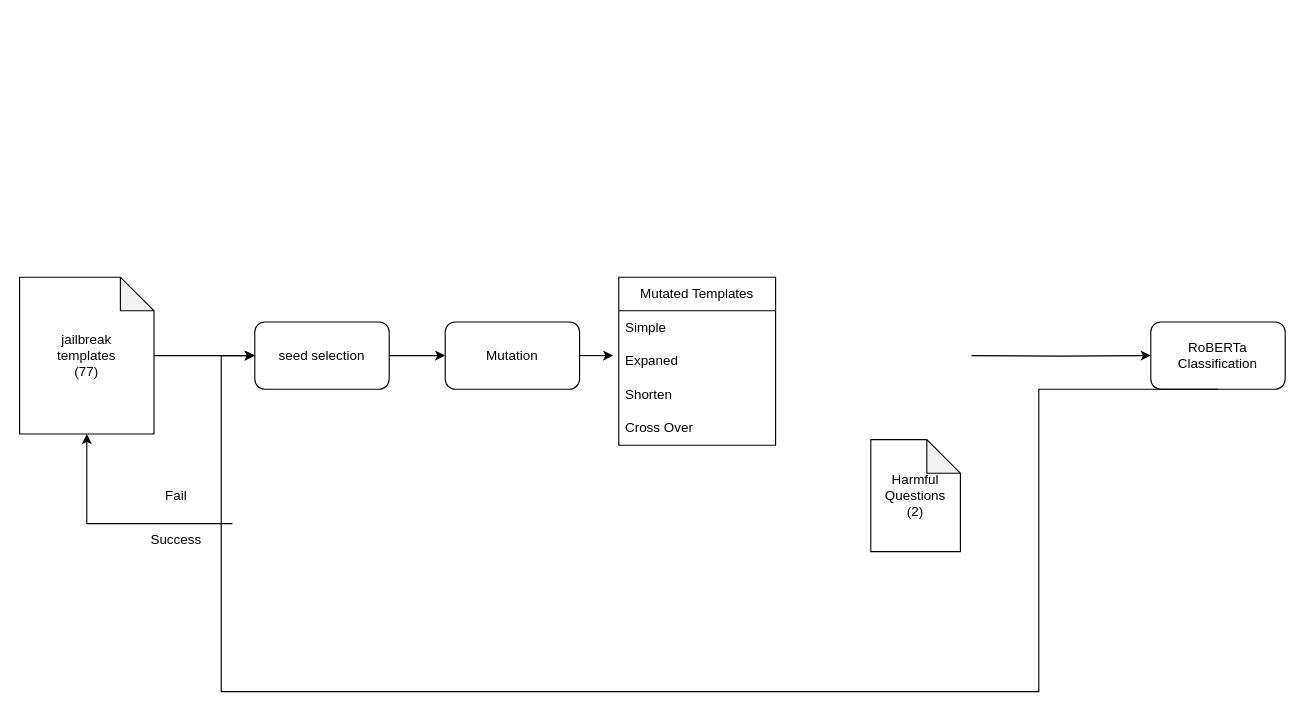
Above: gptfuzzer.drawio in yw9865/drawio (draw.io), before the change. Source tidied: cells renumbered, new cells numbered last; positions are measured from the earlier drawing's top-left corner, leaving out a move shared by most shapes. Both pictures are drawn from the tidied source at 112%, with x=0, y=0 at pixel (19, 277).
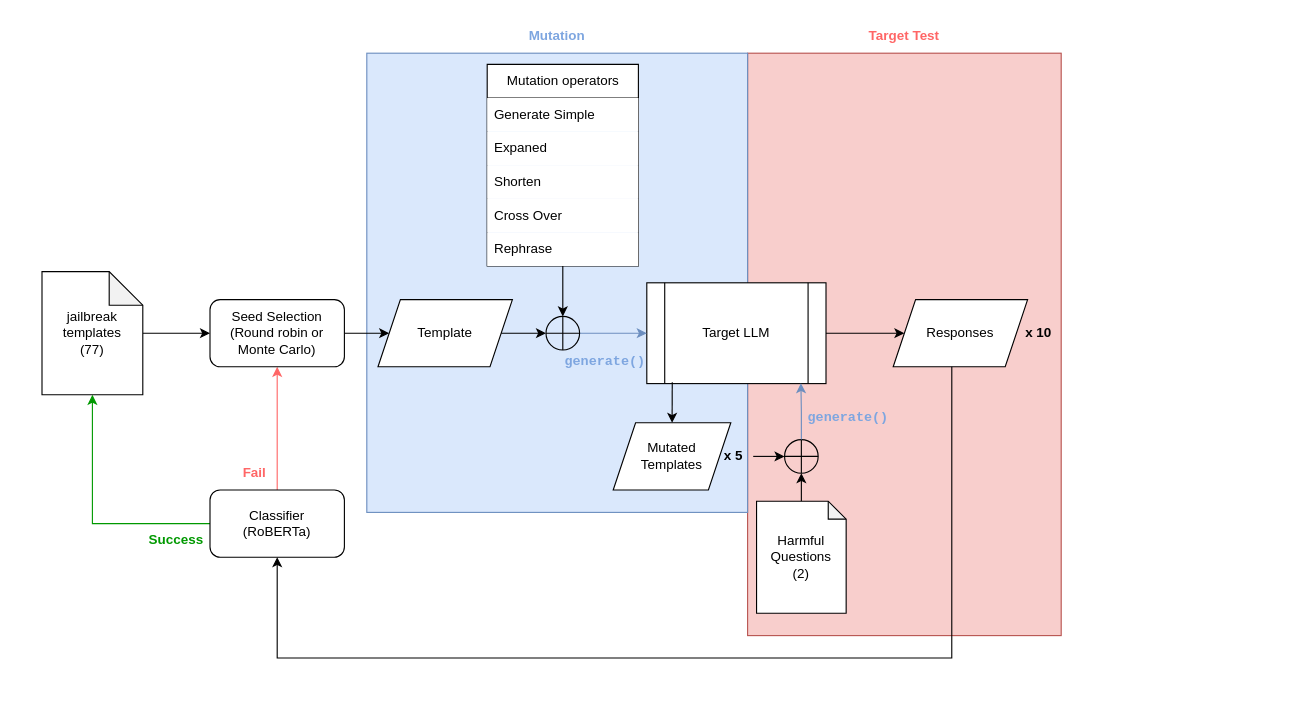
The same page after the edit.

Diff of the diagram source:
```diff
@@
-    <mxCell id="2" style="edgeStyle=orthogonalEdgeStyle;rounded=0;jettySize=auto;html=1;" parent="1" edge="1" source="3" target="5">
-      <mxGeometry relative="1" as="geometry" />
-    </mxCell>
-    <mxCell id="3" value="seed selection" style="rounded=1;whiteSpace=wrap;html=1;" parent="1" vertex="1">
-      <mxGeometry x="210" y="40" width="120" height="60" as="geometry" />
-    </mxCell>
-    <mxCell id="4" style="edgeStyle=orthogonalEdgeStyle;rounded=0;jettySize=auto;html=1;" parent="1" edge="1" source="5">
-      <mxGeometry relative="1" as="geometry">
-        <mxPoint x="530" y="70" as="targetPoint" />
-      </mxGeometry>
-    </mxCell>
-    <mxCell id="5" value="Mutation" style="whiteSpace=wrap;html=1;rounded=1;" parent="1" vertex="1">
-      <mxGeometry x="380" y="40" width="120" height="60" as="geometry" />
-    </mxCell>
-    <mxCell id="6" style="edgeStyle=orthogonalEdgeStyle;rounded=0;jettySize=auto;html=1;entryX=0;entryY=0.5;entryDx=0;entryDy=0;" parent="1" edge="1" source="7" target="3">
-      <mxGeometry relative="1" as="geometry" />
-    </mxCell>
+    <mxCell id="20" style="rounded=0;whiteSpace=wrap;html=1;align=center;verticalAlign=top;fontFamily=Helvetica;fontSize=12;fillColor=#f8cecc;strokeColor=#b85450;" parent="1" vertex="1">
+      <mxGeometry x="650" y="-200" width="280" height="520" as="geometry" />
+    </mxCell>
+    <mxCell id="21" style="rounded=0;whiteSpace=wrap;html=1;align=center;verticalAlign=top;fontFamily=Helvetica;fontSize=12;fillColor=#dae8fc;strokeColor=#6c8ebf;gradientColor=none;" parent="1" vertex="1">
+      <mxGeometry x="310" y="-200" width="340" height="410" as="geometry" />
+    </mxCell>
+    <mxCell id="22" style="edgeStyle=orthogonalEdgeStyle;rounded=0;jettySize=auto;html=1;fontFamily=Helvetica;fontSize=12;fontColor=default;" parent="1" edge="1" source="7" target="40">
+      <mxGeometry relative="1" as="geometry" />
+    </mxCell>
     <mxCell id="7" value="jailbreak&lt;div&gt;templates&lt;/div&gt;&lt;div&gt;(77)&lt;/div&gt;" style="shape=note;whiteSpace=wrap;html=1;backgroundOutline=1;darkOpacity=0.05;" parent="1" vertex="1">
-      <mxGeometry width="120" height="140" as="geometry" />
+      <mxGeometry x="20" y="-5" width="90" height="110" as="geometry" />
     </mxCell>
-    <mxCell id="8" value="RoBERTa&lt;div&gt;Classification&lt;/div&gt;" style="whiteSpace=wrap;html=1;rounded=1;" parent="1" vertex="1">
-      <mxGeometry x="1010" y="40" width="120" height="60" as="geometry" />
-    </mxCell>
-    <mxCell id="9" style="edgeStyle=orthogonalEdgeStyle;rounded=0;jettySize=auto;html=1;entryX=0;entryY=0.5;entryDx=0;entryDy=0;exitX=0.5;exitY=1;exitDx=0;exitDy=0;" parent="1" edge="1" source="8" target="3">
-      <mxGeometry relative="1" as="geometry">
-        <Array as="points">
-          <mxPoint x="910" y="370" />
-          <mxPoint x="180" y="370" />
-          <mxPoint x="180" y="70" />
-        </Array>
-      </mxGeometry>
-    </mxCell>
-    <mxCell id="10" style="endArrow=classic;html=1;rounded=0;entryX=0.5;entryY=1;entryDx=0;entryDy=0;entryPerimeter=0;" parent="1" edge="1" target="7">
+    <mxCell id="10" style="endArrow=classic;html=1;rounded=0;entryX=0.5;entryY=1;entryDx=0;entryDy=0;entryPerimeter=0;exitX=1;exitY=0;exitDx=0;exitDy=0;strokeColor=#009900;" parent="1" edge="1" source="11" target="7">
       <mxGeometry relative="1" as="geometry">
-        <mxPoint x="190" y="220" as="sourcePoint" />
         <Array as="points">
-          <mxPoint x="60" y="220" />
+          <mxPoint x="65" y="220" />
         </Array>
       </mxGeometry>
     </mxCell>
-    <mxCell id="11" value="Success" style="text;html=1;whiteSpace=wrap;strokeColor=none;fillColor=none;align=center;verticalAlign=middle;rounded=0;" parent="1" vertex="1">
+    <mxCell id="11" value="&lt;span style=&quot;color: rgb(0, 153, 0);&quot;&gt;&lt;b&gt;Success&lt;/b&gt;&lt;/span&gt;" style="text;html=1;whiteSpace=wrap;align=center;verticalAlign=middle;rounded=0;" parent="1" vertex="1">
       <mxGeometry x="110" y="220" width="60" height="30" as="geometry" />
     </mxCell>
-    <mxCell id="12" value="Fail" style="text;html=1;whiteSpace=wrap;strokeColor=none;fillColor=none;align=center;verticalAlign=middle;rounded=0;" parent="1" vertex="1">
-      <mxGeometry x="110" y="180" width="60" height="30" as="geometry" />
+    <mxCell id="12" value="&lt;span style=&quot;color: rgb(255, 102, 102);&quot;&gt;&lt;b&gt;Fail&lt;/b&gt;&lt;/span&gt;" style="text;html=1;whiteSpace=wrap;align=center;verticalAlign=middle;rounded=0;" parent="1" vertex="1">
+      <mxGeometry x="190" y="160" width="40" height="30" as="geometry" />
     </mxCell>
-    <mxCell id="13" style="edgeStyle=orthogonalEdgeStyle;rounded=0;jettySize=auto;html=1;entryX=0;entryY=0.5;entryDx=0;entryDy=0;" parent="1" edge="1" target="8">
-      <mxGeometry relative="1" as="geometry">
-        <mxPoint x="850" y="70" as="sourcePoint" />
-      </mxGeometry>
-    </mxCell>
+    <mxCell id="23" style="edgeStyle=orthogonalEdgeStyle;rounded=0;jettySize=auto;html=1;entryX=0.5;entryY=1;entryDx=0;entryDy=0;fontFamily=Helvetica;fontSize=12;fontColor=default;" parent="1" edge="1" source="14" target="43">
+      <mxGeometry relative="1" as="geometry" />
+    </mxCell>
-    <mxCell id="14" value="Harmful&lt;div&gt;Questions&lt;/div&gt;&lt;div&gt;(2)&lt;/div&gt;" style="shape=note;whiteSpace=wrap;html=1;backgroundOutline=1;darkOpacity=0.05;" parent="1" vertex="1">
-      <mxGeometry x="760" y="145" width="80" height="100" as="geometry" />
+    <mxCell id="14" value="Harmful&lt;div&gt;Questions&lt;/div&gt;&lt;div&gt;(2)&lt;/div&gt;" style="shape=note;whiteSpace=wrap;html=1;backgroundOutline=1;darkOpacity=0.05;size=16;" parent="1" vertex="1">
+      <mxGeometry x="658" y="200" width="80" height="100" as="geometry" />
     </mxCell>
+    <mxCell id="24" style="edgeStyle=orthogonalEdgeStyle;rounded=0;jettySize=auto;html=1;entryX=0.5;entryY=0;entryDx=0;entryDy=0;fontFamily=Helvetica;fontSize=12;fontColor=default;" parent="1" edge="1" source="15" target="42">
+      <mxGeometry relative="1" as="geometry" />
+    </mxCell>
-    <mxCell id="15" value="Mutated Templates" style="swimlane;fontStyle=0;horizontal=1;startSize=30;whiteSpace=wrap;html=1;" parent="1" vertex="1">
-      <mxGeometry x="535" width="140" height="150" as="geometry" />
+    <mxCell id="15" value="Mutation operators" style="swimlane;fontStyle=0;horizontal=1;startSize=30;whiteSpace=wrap;html=1;" parent="1" vertex="1">
+      <mxGeometry x="417.5" y="-190" width="135" height="180" as="geometry" />
     </mxCell>
-    <mxCell id="16" value="Simple" style="text;strokeColor=none;fillColor=none;align=left;verticalAlign=middle;spacingLeft=4;spacingRight=4;overflow=hidden;whiteSpace=wrap;html=1;" parent="15" vertex="1">
-      <mxGeometry y="30" width="140" height="30" as="geometry" />
+    <mxCell id="16" value="Generate Simple" style="text;align=left;verticalAlign=middle;spacingLeft=4;spacingRight=4;overflow=hidden;whiteSpace=wrap;html=1;fillColor=default;" parent="15" vertex="1">
+      <mxGeometry y="30" width="135" height="30" as="geometry" />
     </mxCell>
-    <mxCell id="17" value="Expaned" style="text;strokeColor=none;fillColor=none;align=left;verticalAlign=middle;spacingLeft=4;spacingRight=4;overflow=hidden;whiteSpace=wrap;html=1;" parent="15" vertex="1">
-      <mxGeometry y="60" width="140" height="30" as="geometry" />
+    <mxCell id="17" value="Expaned" style="text;align=left;verticalAlign=middle;spacingLeft=4;spacingRight=4;overflow=hidden;whiteSpace=wrap;html=1;fillColor=default;" parent="15" vertex="1">
+      <mxGeometry y="60" width="135" height="30" as="geometry" />
     </mxCell>
-    <mxCell id="18" value="Shorten" style="text;strokeColor=none;fillColor=none;align=left;verticalAlign=middle;spacingLeft=4;spacingRight=4;overflow=hidden;whiteSpace=wrap;html=1;convertToSvg=0;" parent="15" vertex="1">
-      <mxGeometry y="90" width="140" height="30" as="geometry" />
+    <mxCell id="18" value="Shorten" style="text;align=left;verticalAlign=middle;spacingLeft=4;spacingRight=4;overflow=hidden;whiteSpace=wrap;html=1;convertToSvg=0;fillColor=default;" parent="15" vertex="1">
+      <mxGeometry y="90" width="135" height="30" as="geometry" />
     </mxCell>
-    <mxCell id="19" value="Cross Over" style="text;strokeColor=none;fillColor=none;align=left;verticalAlign=middle;spacingLeft=4;spacingRight=4;overflow=hidden;whiteSpace=wrap;html=1;convertToSvg=0;" parent="15" vertex="1">
-      <mxGeometry y="120" width="140" height="30" as="geometry" />
+    <mxCell id="19" value="Cross Over" style="text;align=left;verticalAlign=middle;spacingLeft=4;spacingRight=4;overflow=hidden;whiteSpace=wrap;html=1;convertToSvg=0;fillColor=default;" parent="15" vertex="1">
+      <mxGeometry y="120" width="135" height="30" as="geometry" />
     </mxCell>
+    <mxCell id="25" value="Rephrase" style="text;align=left;verticalAlign=middle;spacingLeft=4;spacingRight=4;overflow=hidden;whiteSpace=wrap;html=1;convertToSvg=0;fillColor=default;" parent="15" vertex="1">
+      <mxGeometry y="150" width="135" height="30" as="geometry" />
+    </mxCell>
+    <mxCell id="26" style="edgeStyle=orthogonalEdgeStyle;rounded=0;jettySize=auto;html=1;fontFamily=Helvetica;fontSize=12;fontColor=default;" parent="1" edge="1" source="27" target="32">
+      <mxGeometry relative="1" as="geometry" />
+    </mxCell>
+    <mxCell id="27" value="Target LLM" style="shape=process;whiteSpace=wrap;html=1;backgroundOutline=1;" parent="1" vertex="1">
+      <mxGeometry x="560" y="5" width="160" height="90" as="geometry" />
+    </mxCell>
+    <mxCell id="28" style="group;" parent="1" vertex="1">
+      <mxGeometry x="530" y="130" width="140" height="60" as="geometry" />
+    </mxCell>
+    <mxCell id="29" value="Mutated&lt;div&gt;Templates&lt;/div&gt;" style="shape=parallelogram;perimeter=parallelogramPerimeter;whiteSpace=wrap;html=1;fixedSize=1;" parent="28" vertex="1">
+      <mxGeometry width="105" height="60" as="geometry" />
+    </mxCell>
+    <mxCell id="30" value="&lt;b&gt;x 5&lt;/b&gt;" style="text;html=1;whiteSpace=wrap;strokeColor=none;fillColor=none;align=center;verticalAlign=middle;rounded=0;fontFamily=Helvetica;fontSize=12;fontColor=default;" parent="28" vertex="1">
+      <mxGeometry x="90" y="15" width="35" height="30" as="geometry" />
+    </mxCell>
+    <mxCell id="31" style="group;" parent="1" vertex="1">
+      <mxGeometry x="780" y="20" width="160" height="60" as="geometry" />
+    </mxCell>
+    <mxCell id="32" value="Responses" style="shape=parallelogram;perimeter=parallelogramPerimeter;whiteSpace=wrap;html=1;fixedSize=1;" parent="31" vertex="1">
+      <mxGeometry width="120" height="60" as="geometry" />
+    </mxCell>
+    <mxCell id="33" value="&lt;b&gt;x 10&lt;/b&gt;" style="text;html=1;whiteSpace=wrap;strokeColor=none;fillColor=none;align=center;verticalAlign=middle;rounded=0;fontFamily=Helvetica;fontSize=12;fontColor=default;" parent="31" vertex="1">
+      <mxGeometry x="100" y="15" width="60" height="30" as="geometry" />
+    </mxCell>
+    <mxCell id="34" style="group;" parent="1" vertex="1">
+      <mxGeometry x="320" y="20" width="160" height="60" as="geometry" />
+    </mxCell>
+    <mxCell id="35" value="Template" style="shape=parallelogram;perimeter=parallelogramPerimeter;whiteSpace=wrap;html=1;fixedSize=1;" parent="34" vertex="1">
+      <mxGeometry width="120" height="60" as="geometry" />
+    </mxCell>
+    <mxCell id="36" style="edgeStyle=orthogonalEdgeStyle;rounded=0;jettySize=auto;html=1;entryX=0.5;entryY=1;entryDx=0;entryDy=0;fontFamily=Helvetica;fontSize=12;fontColor=default;strokeColor=#FF6666;" parent="1" edge="1" source="37" target="40">
+      <mxGeometry relative="1" as="geometry" />
+    </mxCell>
+    <mxCell id="37" value="Classifier&lt;div&gt;(RoBERTa)&lt;/div&gt;" style="whiteSpace=wrap;html=1;rounded=1;" parent="1" vertex="1">
+      <mxGeometry x="170" y="190" width="120" height="60" as="geometry" />
+    </mxCell>
+    <mxCell id="38" style="edgeStyle=orthogonalEdgeStyle;rounded=0;jettySize=auto;html=1;fontFamily=Helvetica;fontSize=12;fontColor=default;exitX=0.436;exitY=0.998;exitDx=0;exitDy=0;exitPerimeter=0;entryX=0.5;entryY=1;entryDx=0;entryDy=0;" parent="1" edge="1" source="32" target="37">
+      <mxGeometry relative="1" as="geometry">
+        <Array as="points">
+          <mxPoint x="832" y="340" />
+          <mxPoint x="230" y="340" />
+        </Array>
+      </mxGeometry>
+    </mxCell>
+    <mxCell id="39" style="edgeStyle=orthogonalEdgeStyle;rounded=0;jettySize=auto;html=1;entryX=0;entryY=0.5;entryDx=0;entryDy=0;fontFamily=Helvetica;fontSize=12;fontColor=default;" parent="1" edge="1" source="40" target="35">
+      <mxGeometry relative="1" as="geometry" />
+    </mxCell>
+    <mxCell id="40" value="Seed Selection&lt;div&gt;(Round robin or&lt;/div&gt;&lt;div&gt;Monte Carlo)&lt;/div&gt;" style="whiteSpace=wrap;html=1;rounded=1;" parent="1" vertex="1">
+      <mxGeometry x="170" y="20" width="120" height="60" as="geometry" />
+    </mxCell>
+    <mxCell id="41" style="edgeStyle=orthogonalEdgeStyle;rounded=0;jettySize=auto;html=1;entryX=0;entryY=0.5;entryDx=0;entryDy=0;fontFamily=Helvetica;fontSize=12;fontColor=default;fillColor=#dae8fc;strokeColor=#6c8ebf;" parent="1" edge="1" source="42" target="27">
+      <mxGeometry relative="1" as="geometry" />
+    </mxCell>
+    <mxCell id="42" style="shape=orEllipse;perimeter=ellipsePerimeter;whiteSpace=wrap;html=1;backgroundOutline=1;align=center;verticalAlign=top;fontFamily=Helvetica;fontSize=12;fontColor=default;fillColor=none;gradientColor=none;" parent="1" vertex="1">
+      <mxGeometry x="470" y="35" width="30" height="30" as="geometry" />
+    </mxCell>
+    <mxCell id="43" style="shape=orEllipse;perimeter=ellipsePerimeter;whiteSpace=wrap;html=1;backgroundOutline=1;align=center;verticalAlign=top;fontFamily=Helvetica;fontSize=12;fontColor=default;fillColor=none;gradientColor=none;" parent="1" vertex="1">
+      <mxGeometry x="683" y="145" width="30" height="30" as="geometry" />
+    </mxCell>
+    <mxCell id="44" style="edgeStyle=orthogonalEdgeStyle;rounded=0;jettySize=auto;html=1;entryX=0;entryY=0.5;entryDx=0;entryDy=0;fontFamily=Helvetica;fontSize=12;fontColor=default;" parent="1" edge="1" source="35" target="42">
+      <mxGeometry relative="1" as="geometry" />
+    </mxCell>
+    <mxCell id="45" style="endArrow=classic;html=1;rounded=0;fontFamily=Helvetica;fontSize=12;fontColor=default;exitX=0.142;exitY=0.986;exitDx=0;exitDy=0;exitPerimeter=0;" parent="1" edge="1" source="27" target="29">
+      <mxGeometry relative="1" as="geometry" />
+    </mxCell>
+    <mxCell id="46" style="edgeStyle=orthogonalEdgeStyle;rounded=0;jettySize=auto;html=1;entryX=0.86;entryY=0.996;entryDx=0;entryDy=0;entryPerimeter=0;fontFamily=Helvetica;fontSize=12;fontColor=default;fillColor=#dae8fc;strokeColor=#6c8ebf;" parent="1" edge="1" source="43" target="27">
+      <mxGeometry relative="1" as="geometry" />
+    </mxCell>
+    <mxCell id="47" style="endArrow=classic;html=1;rounded=0;fontFamily=Helvetica;fontSize=12;fontColor=default;entryX=0;entryY=0.5;entryDx=0;entryDy=0;exitX=1;exitY=0.5;exitDx=0;exitDy=0;" parent="1" edge="1" source="30" target="43">
+      <mxGeometry relative="1" as="geometry" />
+    </mxCell>
+    <mxCell id="48" value="&lt;span style=&quot;color: rgb(126, 166, 224);&quot;&gt;&lt;font face=&quot;Courier New&quot;&gt;&lt;b&gt;&lt;span&gt;generate&lt;/span&gt;()&lt;/b&gt;&lt;/font&gt;&lt;/span&gt;" style="text;html=1;whiteSpace=wrap;strokeColor=none;fillColor=none;align=center;verticalAlign=middle;rounded=0;fontFamily=Helvetica;fontSize=12;fontColor=default;" parent="1" vertex="1">
+      <mxGeometry x="492.5" y="60" width="60" height="30" as="geometry" />
+    </mxCell>
+    <mxCell id="49" value="&lt;span style=&quot;color: rgb(126, 166, 224);&quot;&gt;&lt;font face=&quot;Courier New&quot;&gt;&lt;b&gt;&lt;span&gt;generate&lt;/span&gt;()&lt;/b&gt;&lt;/font&gt;&lt;/span&gt;" style="text;html=1;whiteSpace=wrap;strokeColor=none;fillColor=none;align=center;verticalAlign=middle;rounded=0;fontFamily=Helvetica;fontSize=12;fontColor=default;" parent="1" vertex="1">
+      <mxGeometry x="710" y="110" width="60" height="30" as="geometry" />
+    </mxCell>
+    <mxCell id="5" value="&lt;span style=&quot;color: rgb(126, 166, 224);&quot;&gt;&lt;b&gt;Mutation&lt;/b&gt;&lt;/span&gt;" style="text;html=1;whiteSpace=wrap;strokeColor=none;fillColor=none;align=center;verticalAlign=middle;rounded=0;fontFamily=Helvetica;fontSize=12;fontColor=default;" parent="1" vertex="1">
+      <mxGeometry x="450" y="-230" width="60" height="30" as="geometry" />
+    </mxCell>
+    <mxCell id="50" value="&lt;b style=&quot;color: rgb(255, 102, 102);&quot;&gt;Target Test&lt;/b&gt;" style="text;html=1;whiteSpace=wrap;strokeColor=none;fillColor=none;align=center;verticalAlign=middle;rounded=0;fontFamily=Helvetica;fontSize=12;fontColor=default;" parent="1" vertex="1">
+      <mxGeometry x="755" y="-230" width="70" height="30" as="geometry" />
+    </mxCell>
```
